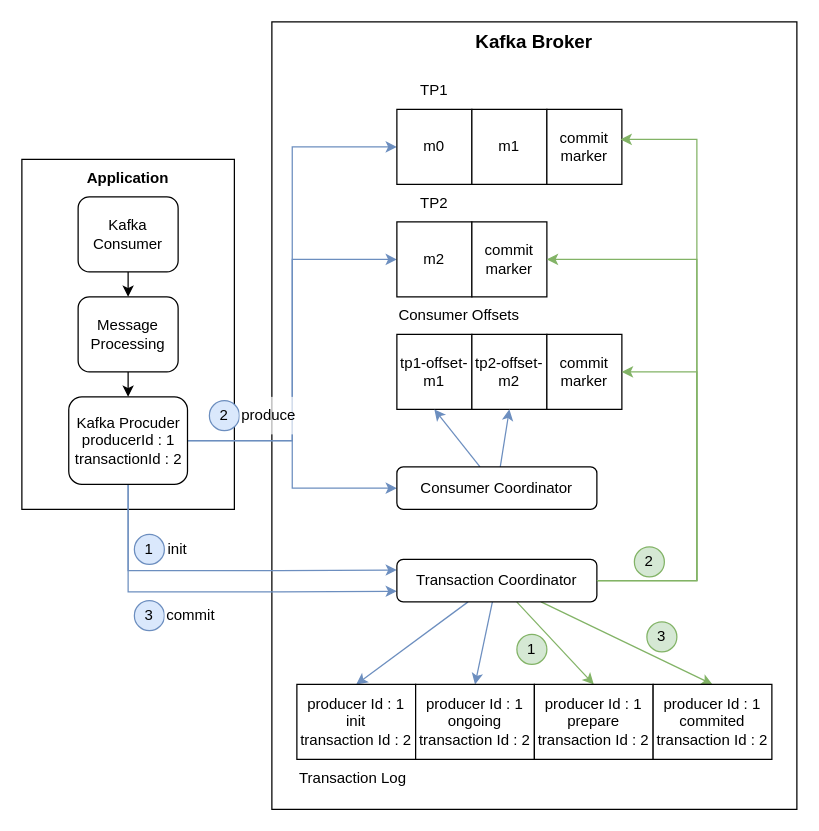
windowforsun/blog keeps this draw.io diagram as drawio/kafka/kafka-transaction-exactly-once-3.drawio. Above is the earlier version. Source tidied: cells renumbered, new cells numbered last; positions are measured from the earlier drawing's top-left corner, leaving out a move shared by most shapes. Both pictures are drawn from the tidied source at 125%, with x=0, y=0 at pixel (21, 21).
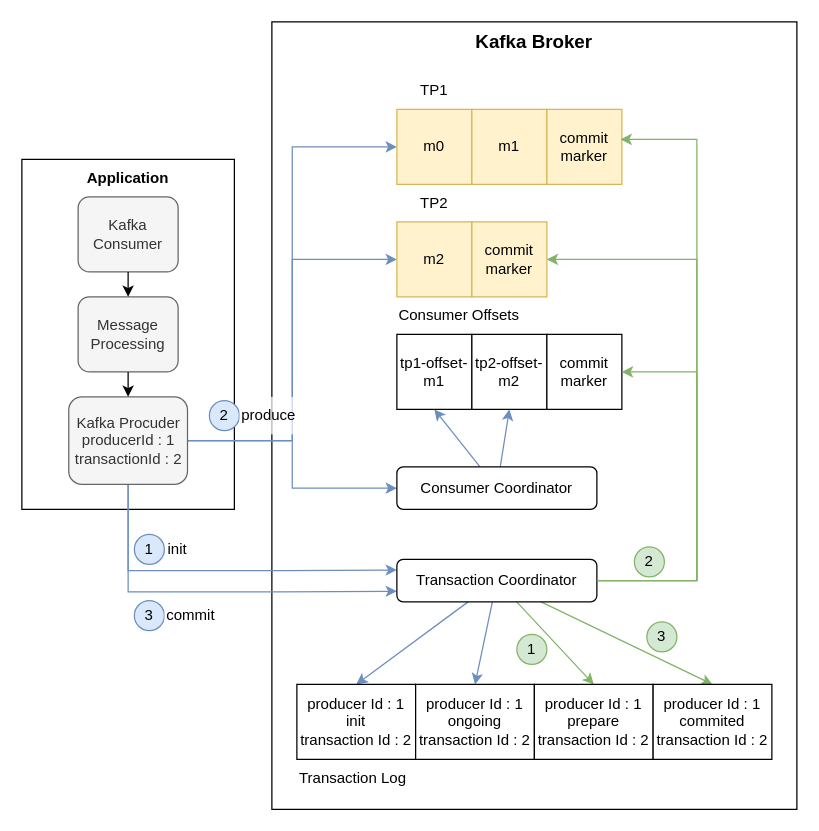
Above is the later version.

What changed in the source:
```diff
@@
-    <mxCell id="4" value="Kafka Consumer" style="rounded=1;whiteSpace=wrap;html=1;" parent="1" vertex="1">
+    <mxCell id="4" value="Kafka Consumer" style="rounded=1;whiteSpace=wrap;html=1;fillColor=#f5f5f5;fontColor=#333333;strokeColor=#666666;" parent="1" vertex="1">
       <mxGeometry x="45" y="140" width="80" height="60" as="geometry" />
     </mxCell>
-    <mxCell id="5" value="Message Processing" style="rounded=1;whiteSpace=wrap;html=1;" parent="1" vertex="1">
+    <mxCell id="5" value="Message Processing" style="rounded=1;whiteSpace=wrap;html=1;fillColor=#f5f5f5;fontColor=#333333;strokeColor=#666666;" parent="1" vertex="1">
       <mxGeometry x="45" y="220" width="80" height="60" as="geometry" />
     </mxCell>
@@
-    <mxCell id="11" value="Kafka Procuder&lt;br&gt;producerId : 1&lt;br&gt;transactionId : 2" style="rounded=1;whiteSpace=wrap;html=1;" parent="1" vertex="1">
+    <mxCell id="11" value="Kafka Procuder&lt;br&gt;producerId : 1&lt;br&gt;transactionId : 2" style="rounded=1;whiteSpace=wrap;html=1;fillColor=#f5f5f5;fontColor=#333333;strokeColor=#666666;" parent="1" vertex="1">
       <mxGeometry x="37.5" y="300" width="95" height="70" as="geometry" />
     </mxCell>
@@
-    <mxCell id="15" value="m0" style="rounded=0;whiteSpace=wrap;html=1;" parent="1" vertex="1">
+    <mxCell id="15" value="m0" style="rounded=0;whiteSpace=wrap;html=1;fillColor=#fff2cc;strokeColor=#d6b656;" parent="1" vertex="1">
       <mxGeometry x="300" y="70" width="60" height="60" as="geometry" />
     </mxCell>
-    <mxCell id="16" value="m1" style="rounded=0;whiteSpace=wrap;html=1;" parent="1" vertex="1">
+    <mxCell id="16" value="m1" style="rounded=0;whiteSpace=wrap;html=1;fillColor=#fff2cc;strokeColor=#d6b656;" parent="1" vertex="1">
       <mxGeometry x="360" y="70" width="60" height="60" as="geometry" />
     </mxCell>
-    <mxCell id="17" value="commit marker" style="rounded=0;whiteSpace=wrap;html=1;" parent="1" vertex="1">
+    <mxCell id="17" value="commit marker" style="rounded=0;whiteSpace=wrap;html=1;fillColor=#fff2cc;strokeColor=#d6b656;" parent="1" vertex="1">
       <mxGeometry x="420" y="70" width="60" height="60" as="geometry" />
     </mxCell>
-    <mxCell id="18" value="m2" style="rounded=0;whiteSpace=wrap;html=1;" parent="1" vertex="1">
+    <mxCell id="18" value="m2" style="rounded=0;whiteSpace=wrap;html=1;fillColor=#fff2cc;strokeColor=#d6b656;" parent="1" vertex="1">
       <mxGeometry x="300" y="160" width="60" height="60" as="geometry" />
     </mxCell>
@@
-    <mxCell id="25" value="commit marker" style="rounded=0;whiteSpace=wrap;html=1;" parent="1" vertex="1">
+    <mxCell id="25" value="commit marker" style="rounded=0;whiteSpace=wrap;html=1;fillColor=#fff2cc;strokeColor=#d6b656;" parent="1" vertex="1">
       <mxGeometry x="360" y="160" width="60" height="60" as="geometry" />
     </mxCell>
```
